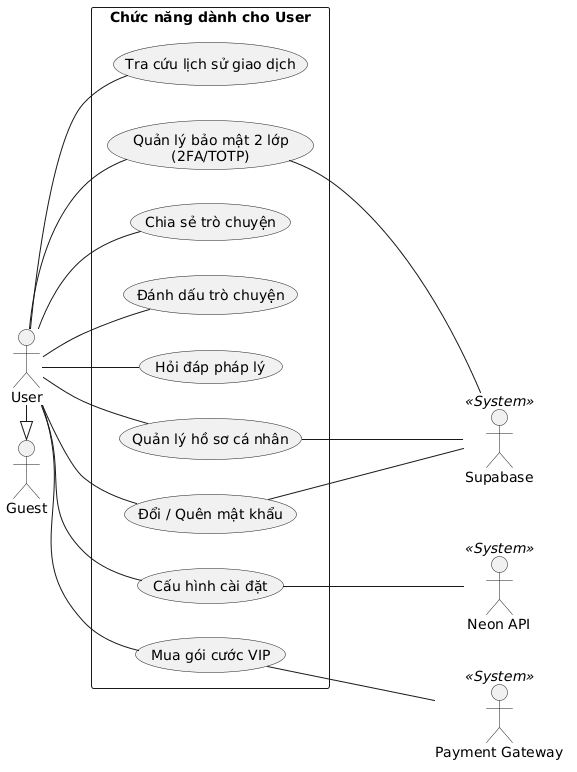
This is temp/01-UseCase/UML-UseCase-User.png from 20206205Tech/docs-uml, a PlantUML export, as it was before one commit. Source of this version:
```plantuml
@startuml
left to right direction
skinparam packageStyle rectangle
skinparam shadowing false

actor "Guest" as Guest
actor "User" as User
actor "Supabase" as Supabase << System >>
actor "Neon API" as NeonAPI << System >>
actor "Payment Gateway" as PaymentGateway << System >>

User -|> Guest

rectangle "Chức năng dành cho User" {
  usecase "Quản lý bảo mật 2 lớp\n(2FA/TOTP)" as UC_MFA
  usecase "Quản lý hồ sơ cá nhân" as UC_Profile
  usecase "Đổi / Quên mật khẩu" as UC_Password
  usecase "Cấu hình cài đặt" as UC_Settings
  usecase "Hỏi đáp pháp lý" as UC_Chat
  usecase "Đánh dấu trò chuyện" as UC_Bookmark
  usecase "Chia sẻ trò chuyện" as UC_Share
  usecase "Mua gói cước VIP" as UC_PurchaseVIP
  usecase "Tra cứu lịch sử giao dịch" as UC_TransactionHistory
}

User -- UC_MFA
User -- UC_Profile
User -- UC_Password
User -- UC_Settings
User -- UC_Chat
User -- UC_Bookmark
User -- UC_Share
User -- UC_PurchaseVIP
User -- UC_TransactionHistory

UC_MFA --- Supabase
UC_Profile --- Supabase
UC_Password --- Supabase
UC_Settings --- NeonAPI
UC_PurchaseVIP --- PaymentGateway
@enduml
```
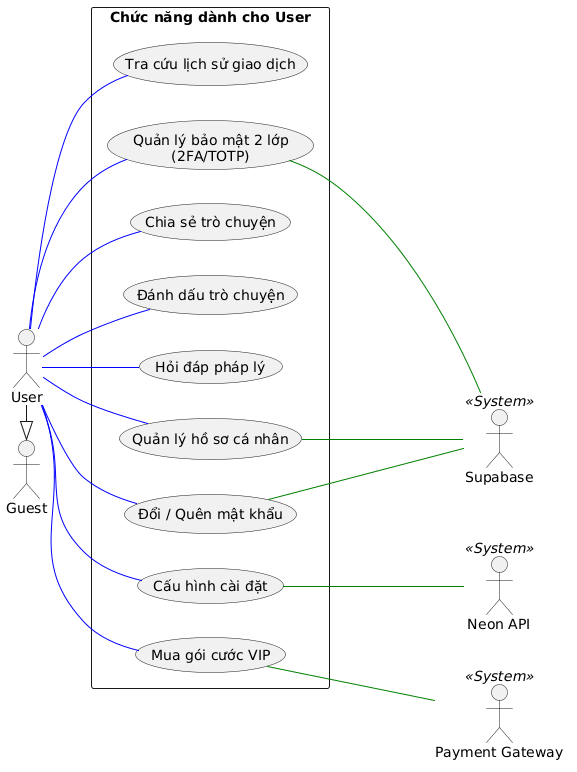
The same file after the commit.

What changed in the source:
```diff
@@ -23,19 +23,19 @@
   usecase "Tra cứu lịch sử giao dịch" as UC_TransactionHistory
 }
 
-User -- UC_MFA
-User -- UC_Profile
-User -- UC_Password
-User -- UC_Settings
-User -- UC_Chat
-User -- UC_Bookmark
-User -- UC_Share
-User -- UC_PurchaseVIP
-User -- UC_TransactionHistory
+User -- UC_MFA #blue
+User -- UC_Profile #blue
+User -- UC_Password #blue
+User -- UC_Settings #blue
+User -- UC_Chat #blue
+User -- UC_Bookmark #blue
+User -- UC_Share #blue
+User -- UC_PurchaseVIP #blue
+User -- UC_TransactionHistory #blue
 
-UC_MFA --- Supabase
-UC_Profile --- Supabase
-UC_Password --- Supabase
-UC_Settings --- NeonAPI
-UC_PurchaseVIP --- PaymentGateway
+UC_MFA --- Supabase #green
+UC_Profile --- Supabase #green
+UC_Password --- Supabase #green
+UC_Settings --- NeonAPI #green
+UC_PurchaseVIP --- PaymentGateway #green
 @enduml
```
